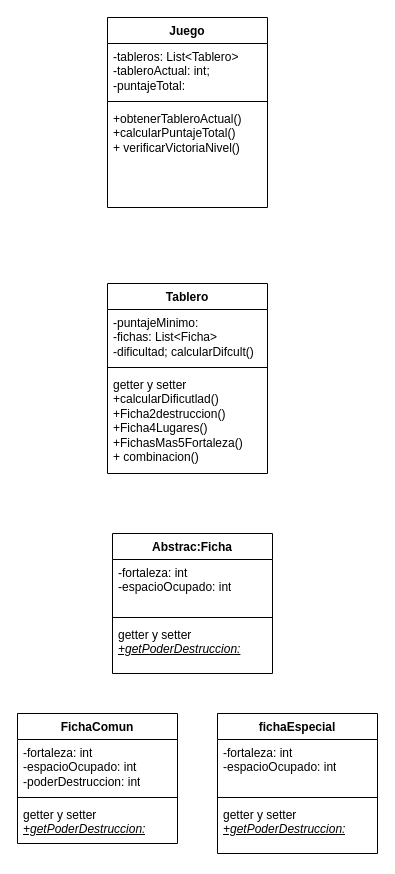
This is practica5/Candy/Docs/Diagrama Clases - Candy.drawio from Yaco10/ejercicios-poo-java, a draw.io file, before an edit. Source tidied: cells renumbered, new cells numbered last; positions are measured from the earlier drawing's top-left corner, leaving out a move shared by most shapes. Both pictures are drawn from the tidied source at 100%, with x=0, y=0 at pixel (17, 17).
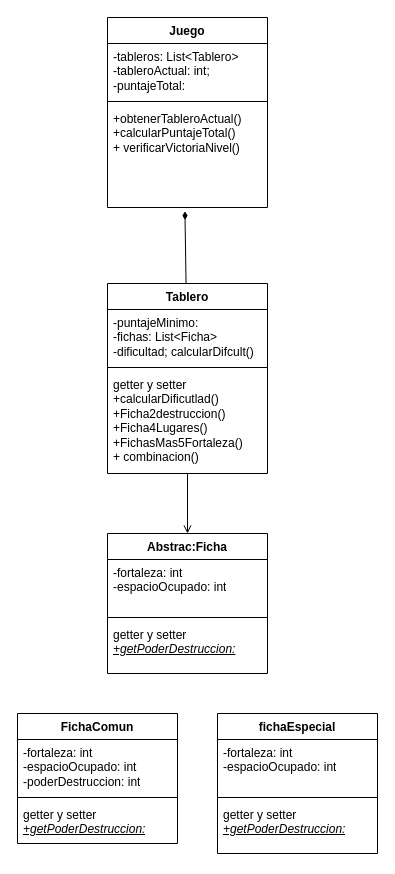
The same diagram, later.

Unchanged cells that the change refers to:
```xml
<mxCell id="14" value="Tablero" style="swimlane;fontStyle=1;align=center;verticalAlign=top;horizontal=1;startSize=26;whiteSpace=wrap;html=1;" parent="1" vertex="1">
  <mxGeometry x="90" y="266" width="160" height="190" as="geometry" />
</mxCell>
<mxCell id="21" value="+obtenerTableroActual()&lt;div&gt;+calcularPuntajeTotal()&lt;/div&gt;&lt;div&gt;+ verificarVictoriaNivel()&lt;/div&gt;" style="text;strokeColor=none;fillColor=none;align=left;verticalAlign=top;spacingLeft=4;spacingRight=4;overflow=hidden;points=[[0,0.5],[1,0.5]];portConstraint=eastwest;whiteSpace=wrap;html=1;" parent="18" vertex="1">
  <mxGeometry y="88" width="160" height="102" as="geometry" />
</mxCell>
```

What changed in the source:
```diff
@@
     <mxCell id="2" value="Abstrac:Ficha" style="swimlane;fontStyle=1;align=center;verticalAlign=top;horizontal=1;startSize=26;whiteSpace=wrap;html=1;" parent="1" vertex="1">
-      <mxGeometry x="95" y="516" width="160" height="140" as="geometry" />
+      <mxGeometry x="90" y="516" width="160" height="140" as="geometry" />
     </mxCell>
@@
+    <mxCell id="22" style="edgeStyle=none;html=1;entryX=0.5;entryY=0;entryDx=0;entryDy=0;endArrow=open;endFill=0;" parent="1" edge="1" source="14" target="2">
+      <mxGeometry relative="1" as="geometry" />
+    </mxCell>
@@
+    <mxCell id="23" style="edgeStyle=none;html=1;entryX=0.484;entryY=1.036;entryDx=0;entryDy=0;entryPerimeter=0;endArrow=diamondThin;endFill=1;" parent="1" edge="1" source="14" target="21">
+      <mxGeometry relative="1" as="geometry" />
+    </mxCell>
```
